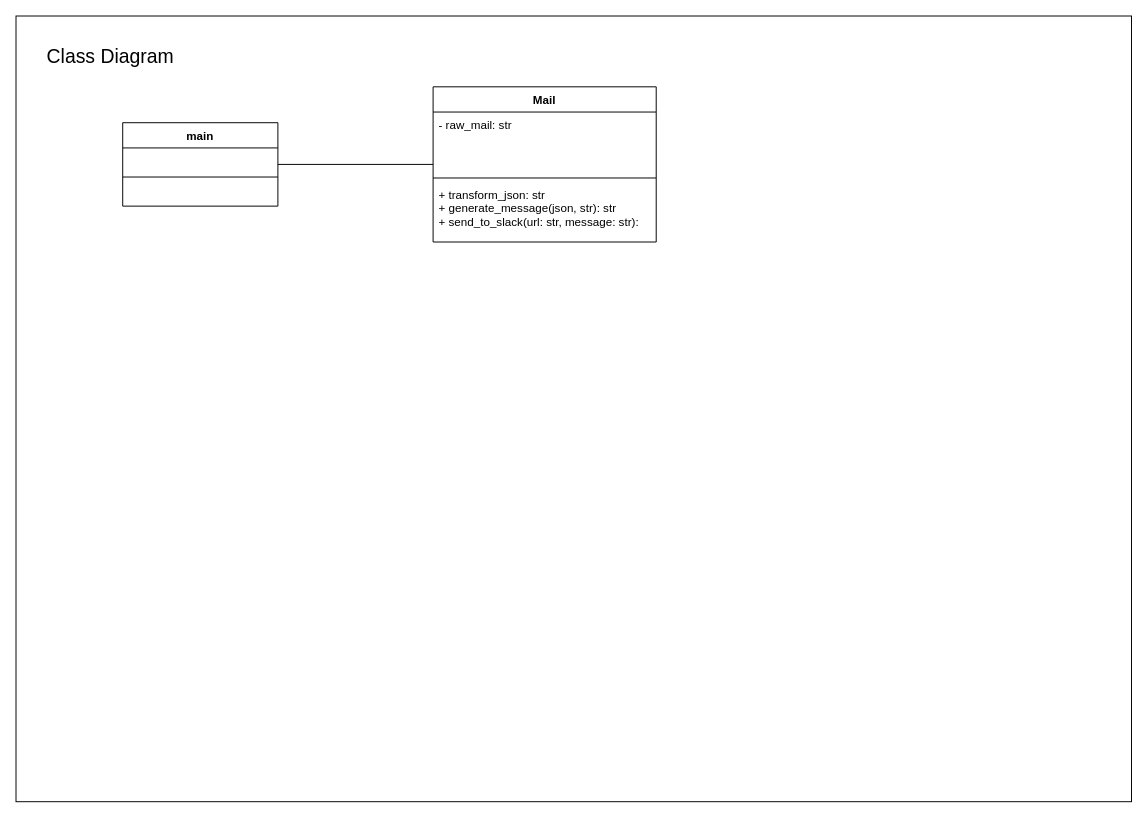
Above: document/クラス図.drawio in Epsilon-Knowledge/slack_sender (draw.io), before the change. Source tidied: cells renumbered, new cells numbered last; positions are measured from the earlier drawing's top-left corner, leaving out a move shared by most shapes. Both pictures are drawn from the tidied source at 97%, with x=0, y=0 at pixel (16, 16).
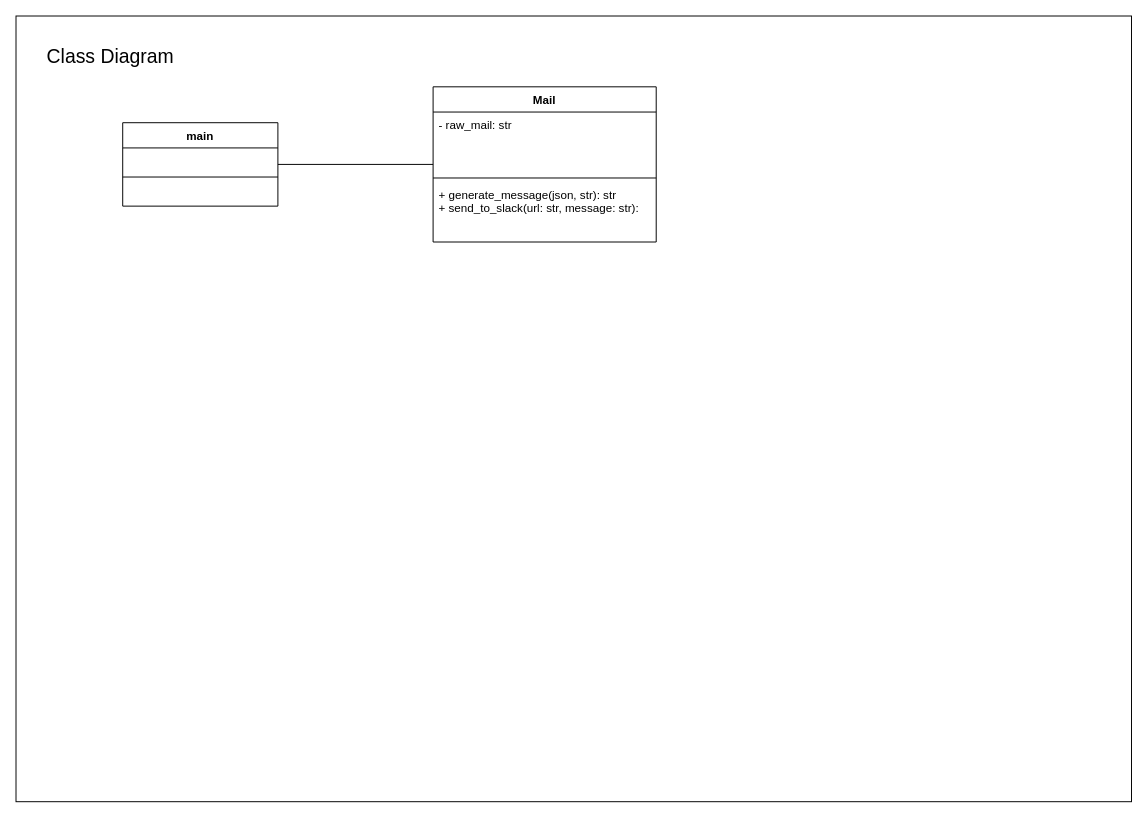
The same diagram, later.

Commit message:
クラス図を更新。

Change to the diagram source:
```diff
@@
 <mxGraphModel>
   <root>
     <mxCell id="0" />
     <mxCell id="1" parent="0" />
     <mxCell id="2" style="rounded=0;whiteSpace=wrap;html=1;fillColor=none;" parent="1" vertex="1">
       <mxGeometry width="1150" height="810" as="geometry" />
     </mxCell>
     <mxCell id="3" parent="0" />
     <mxCell id="4" value="Class Diagram" style="text;strokeColor=none;fillColor=none;align=left;verticalAlign=middle;rounded=0;fontSize=20;" parent="3" vertex="1">
       <mxGeometry x="30" y="30" width="180" height="20" as="geometry" />
     </mxCell>
     <mxCell id="5" value="main" style="swimlane;fontStyle=1;align=center;verticalAlign=top;horizontal=1;startSize=26;" parent="3" vertex="1">
       <mxGeometry x="110" y="110" width="160" height="86" as="geometry" />
     </mxCell>
     <mxCell id="6" value=" " style="text;strokeColor=none;fillColor=none;align=left;verticalAlign=top;spacingLeft=4;spacingRight=4;overflow=hidden;" parent="5" vertex="1">
       <mxGeometry y="26" width="160" height="26" as="geometry" />
     </mxCell>
     <mxCell id="7" style="line;strokeWidth=1;fillColor=none;align=left;verticalAlign=middle;spacingTop=-1;spacingLeft=3;spacingRight=3;labelPosition=right;" parent="5" vertex="1">
       <mxGeometry y="52" width="160" height="8" as="geometry" />
     </mxCell>
     <mxCell id="8" value=" " style="text;strokeColor=none;fillColor=none;align=left;verticalAlign=top;spacingLeft=4;spacingRight=4;overflow=hidden;" parent="5" vertex="1">
       <mxGeometry y="60" width="160" height="26" as="geometry" />
     </mxCell>
     <mxCell id="9" value="Mail" style="swimlane;fontStyle=1;align=center;verticalAlign=top;horizontal=1;startSize=26;" parent="3" vertex="1">
       <mxGeometry x="430" y="73" width="230" height="160" as="geometry" />
     </mxCell>
     <mxCell id="10" value="- raw_mail: str" style="text;strokeColor=none;fillColor=none;align=left;verticalAlign=top;spacingLeft=4;spacingRight=4;overflow=hidden;" parent="9" vertex="1">
       <mxGeometry y="26" width="230" height="64" as="geometry" />
     </mxCell>
     <mxCell id="11" style="line;strokeWidth=1;fillColor=none;align=left;verticalAlign=middle;spacingTop=-1;spacingLeft=3;spacingRight=3;labelPosition=right;" parent="9" vertex="1">
       <mxGeometry y="90" width="230" height="8" as="geometry" />
     </mxCell>
-    <mxCell id="12" value="+ transform_json: str&#10;+ generate_message(json, str): str&#10;+ send_to_slack(url: str, message: str): " style="text;strokeColor=none;fillColor=none;align=left;verticalAlign=top;spacingLeft=4;spacingRight=4;overflow=hidden;" parent="9" vertex="1">
+    <mxCell id="12" value="+ generate_message(json, str): str&#10;+ send_to_slack(url: str, message: str): " style="text;strokeColor=none;fillColor=none;align=left;verticalAlign=top;spacingLeft=4;spacingRight=4;overflow=hidden;" parent="9" vertex="1">
       <mxGeometry y="98" width="230" height="62" as="geometry" />
     </mxCell>
     <mxCell id="13" style="rounded=0;jettySize=auto;html=1;endArrow=none;endFill=0;" parent="3" edge="1" source="5" target="9">
       <mxGeometry relative="1" as="geometry" />
     </mxCell>
   </root>
 </mxGraphModel>
```
